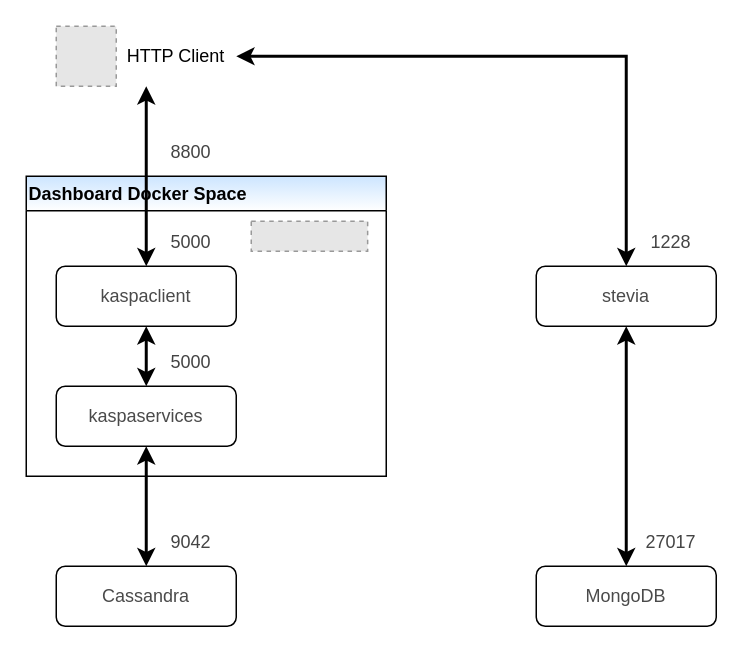
Before: page "Dashboard" (11 of 12) of Developer's Guide/MataElang Services.drawio in mata-elang-stable/DevelopersGuide, a draw.io diagram. Source tidied: cells renumbered, new cells numbered last; positions are measured from the earlier drawing's top-left corner, leaving out a move shared by most shapes. Both pictures are drawn from the tidied source at 150%, with x=0, y=0 at pixel (26, 26). Pictures stored in the file or linked from it are replaced by grey dashed boxes.
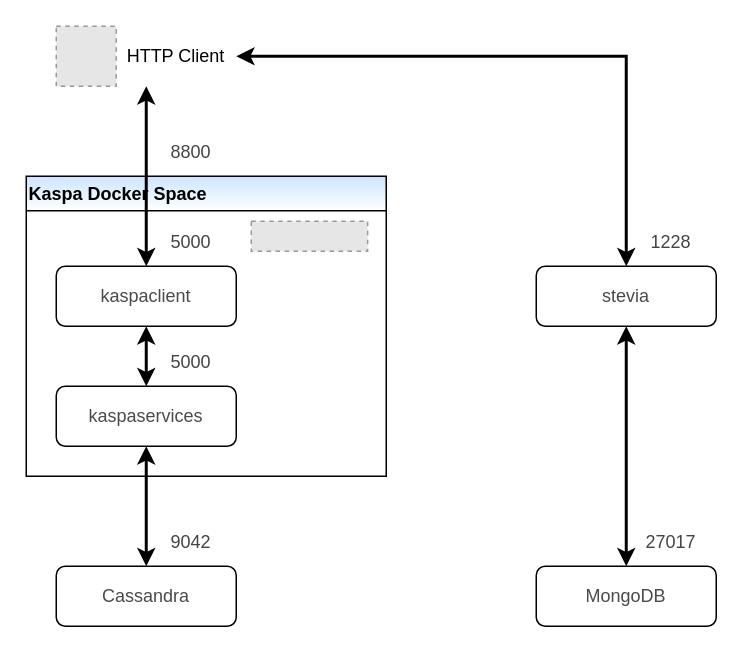
After the change.

The change refers to these unchanged cells:
```xml
<mxCell id="2" style="group;" parent="1" vertex="1">
  <mxGeometry width="460" height="400" as="geometry" />
</mxCell>
```

What changed in the source:
```diff
@@
-    <mxCell id="10" value="Dashboard Docker Space" style="swimlane;strokeColor=default;fillColor=#CCE5FF;align=left;gradientColor=#ffffff;swimlaneFillColor=none;" parent="2" vertex="1">
+    <mxCell id="10" value="Kaspa Docker Space" style="swimlane;strokeColor=default;fillColor=#CCE5FF;align=left;gradientColor=#ffffff;swimlaneFillColor=none;" parent="2" vertex="1">
       <mxGeometry y="100" width="240" height="200" as="geometry" />
     </mxCell>
```
